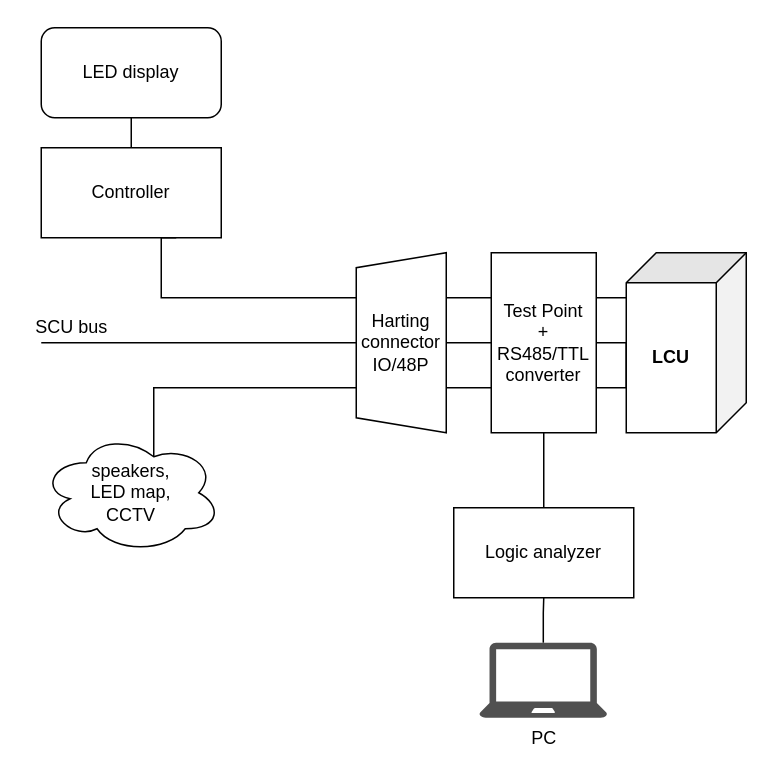
Earlier version of the draw.io diagram Tesis/Pics/sniffingDiagram.drawio (charlieromano/PIDS). Source tidied: cells renumbered, new cells numbered last; positions are measured from the earlier drawing's top-left corner, leaving out a move shared by most shapes. Both pictures are drawn from the tidied source at 150%, with x=0, y=0 at pixel (26, 27).
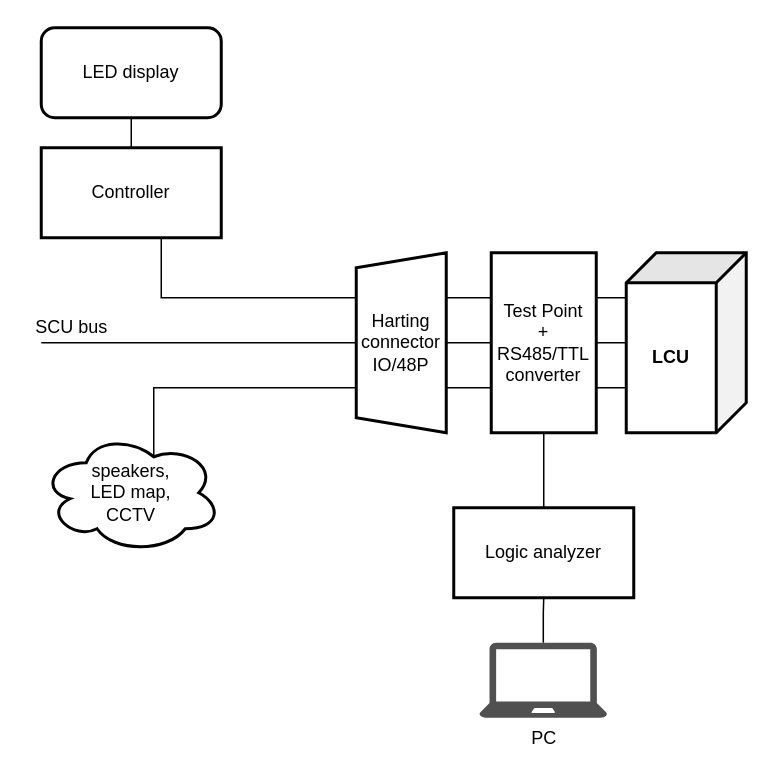
The same page after the edit.

The edit, as a diff of the source:
```diff
@@
-    <mxCell id="6" value="&lt;div&gt;Test Point&lt;/div&gt;&lt;div&gt;+&lt;/div&gt;&lt;div&gt;RS485/TTL converter&lt;br&gt;&lt;/div&gt;" style="rounded=0;whiteSpace=wrap;html=1;direction=south;" parent="1" vertex="1">
+    <mxCell id="6" value="&lt;div&gt;Test Point&lt;/div&gt;&lt;div&gt;+&lt;/div&gt;&lt;div&gt;RS485/TTL converter&lt;br&gt;&lt;/div&gt;" style="rounded=0;whiteSpace=wrap;html=1;direction=south;strokeWidth=2;" parent="1" vertex="1">
       <mxGeometry x="310" y="150" width="70" height="120" as="geometry" />
     </mxCell>
-    <mxCell id="7" value="&lt;b&gt;LCU&lt;/b&gt;" style="shape=cube;whiteSpace=wrap;html=1;boundedLbl=1;backgroundOutline=1;darkOpacity=0.05;darkOpacity2=0.1;direction=south;" parent="1" vertex="1">
+    <mxCell id="7" value="&lt;b&gt;LCU&lt;/b&gt;" style="shape=cube;whiteSpace=wrap;html=1;boundedLbl=1;backgroundOutline=1;darkOpacity=0.05;darkOpacity2=0.1;direction=south;strokeWidth=2;" parent="1" vertex="1">
       <mxGeometry x="400" y="150" width="80" height="120" as="geometry" />
     </mxCell>
@@
-    <mxCell id="12" value="&lt;div&gt;Harting&lt;/div&gt;&lt;div&gt;connector&lt;/div&gt;&lt;div&gt;IO/48P&lt;br&gt;&lt;/div&gt;" style="shape=trapezoid;perimeter=trapezoidPerimeter;whiteSpace=wrap;html=1;fixedSize=1;direction=north;size=10;" parent="1" vertex="1">
+    <mxCell id="12" value="&lt;div&gt;Harting&lt;/div&gt;&lt;div&gt;connector&lt;/div&gt;&lt;div&gt;IO/48P&lt;br&gt;&lt;/div&gt;" style="shape=trapezoid;perimeter=trapezoidPerimeter;whiteSpace=wrap;html=1;fixedSize=1;direction=north;size=10;strokeWidth=2;" parent="1" vertex="1">
       <mxGeometry x="220" y="150" width="60" height="120" as="geometry" />
     </mxCell>
@@
-    <mxCell id="15" value="Controller" style="rounded=0;whiteSpace=wrap;html=1;" parent="1" vertex="1">
+    <mxCell id="15" value="Controller" style="rounded=0;whiteSpace=wrap;html=1;strokeWidth=2;" parent="1" vertex="1">
       <mxGeometry x="10" y="80" width="120" height="60" as="geometry" />
     </mxCell>
-    <mxCell id="16" value="LED display" style="rounded=1;whiteSpace=wrap;html=1;" parent="1" vertex="1">
+    <mxCell id="16" value="LED display" style="rounded=1;whiteSpace=wrap;html=1;strokeWidth=2;" parent="1" vertex="1">
       <mxGeometry x="10" width="120" height="60" as="geometry" />
     </mxCell>
@@
-    <mxCell id="18" value="&lt;div&gt;speakers, &lt;br&gt;&lt;/div&gt;&lt;div&gt;LED map, &lt;br&gt;&lt;/div&gt;&lt;div&gt;CCTV&lt;br&gt;&lt;/div&gt;" style="ellipse;shape=cloud;whiteSpace=wrap;html=1;" parent="1" vertex="1">
+    <mxCell id="18" value="&lt;div&gt;speakers, &lt;br&gt;&lt;/div&gt;&lt;div&gt;LED map, &lt;br&gt;&lt;/div&gt;&lt;div&gt;CCTV&lt;br&gt;&lt;/div&gt;" style="ellipse;shape=cloud;whiteSpace=wrap;html=1;strokeWidth=2;" parent="1" vertex="1">
       <mxGeometry x="10" y="270" width="120" height="80" as="geometry" />
     </mxCell>
-    <mxCell id="19" value="Logic analyzer" style="rounded=0;whiteSpace=wrap;html=1;" parent="1" vertex="1">
+    <mxCell id="19" value="Logic analyzer" style="rounded=0;whiteSpace=wrap;html=1;strokeWidth=2;" parent="1" vertex="1">
       <mxGeometry x="285" y="320" width="120" height="60" as="geometry" />
     </mxCell>
```
